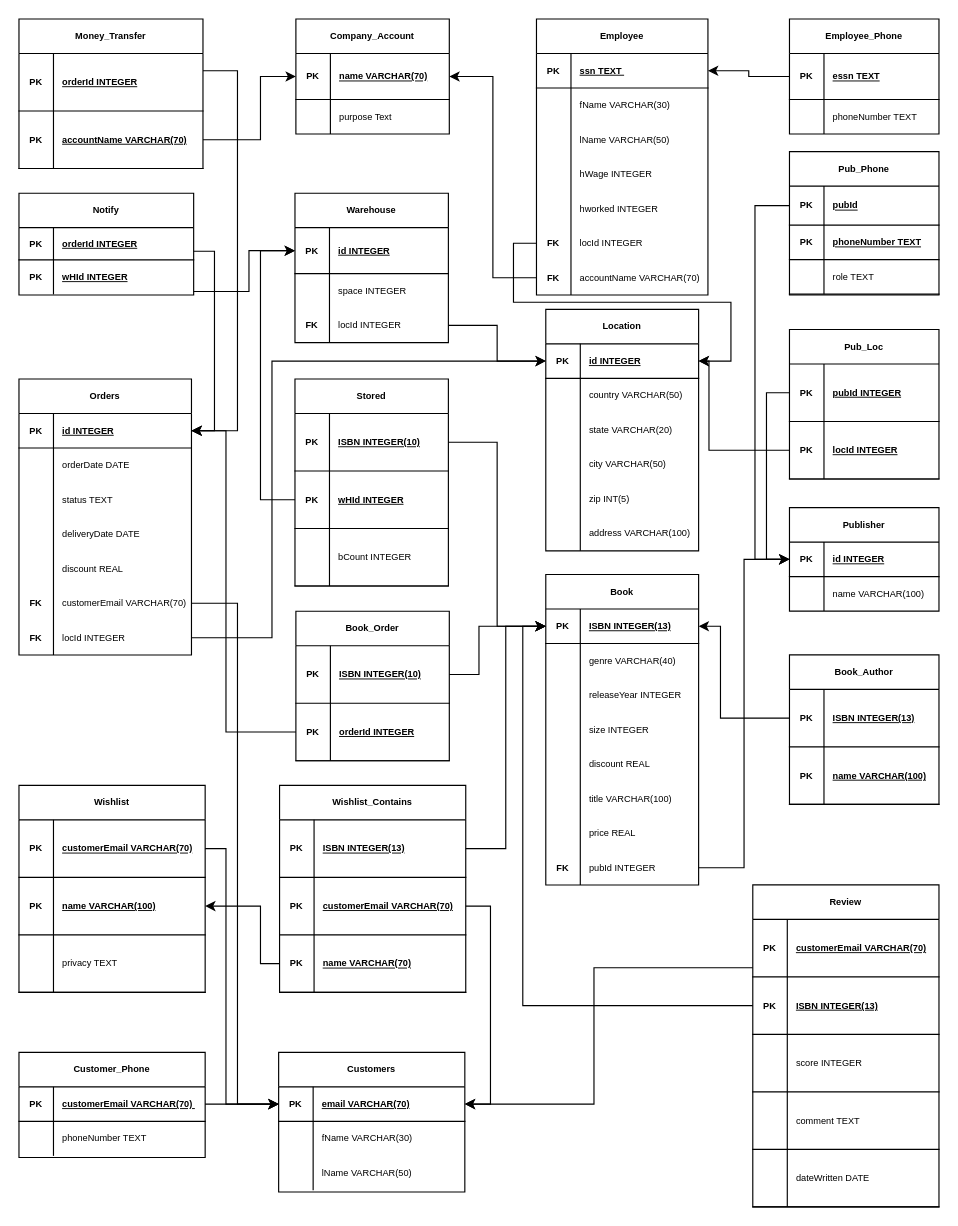
Will-Blanton/CSE_3241_Project keeps this draw.io diagram as RelatioalSchema.drawio. Above is the earlier version. Source tidied: cells renumbered, new cells numbered last; positions are measured from the earlier drawing's top-left corner, leaving out a move shared by most shapes. Both pictures are drawn from the tidied source at 115%, with x=0, y=0 at pixel (18, 7).
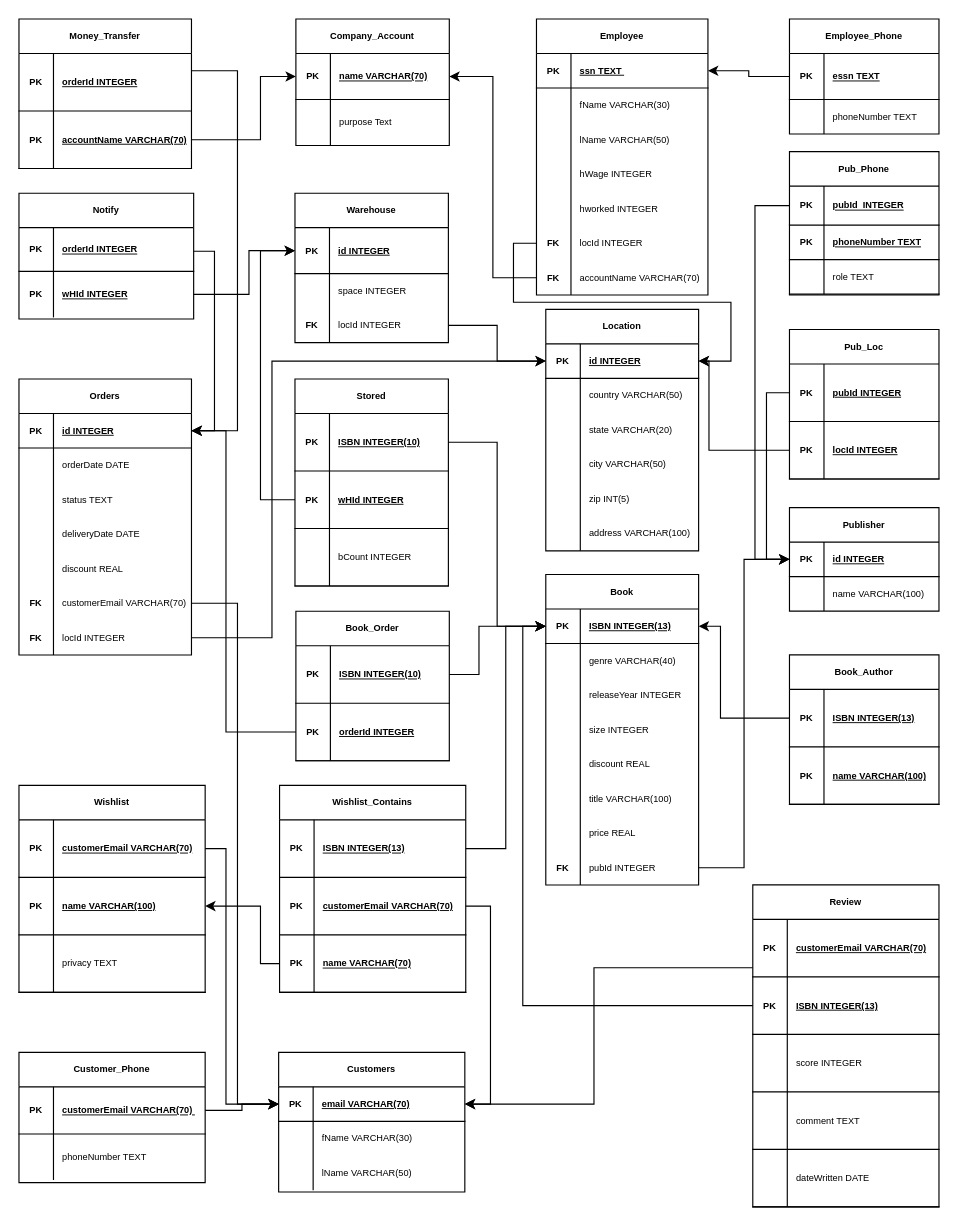
After the change.

Commit message:
Fixed Pub_Phone

The change refers to these unchanged cells:
```xml
<mxCell id="2" style="group;fontSize=8;" parent="1" vertex="1">
  <mxGeometry width="811.9" height="1060" as="geometry" />
</mxCell>
<mxCell id="108" style="shape=partialRectangle;fillColor=none;points=[[0,0.5],[1,0.5]];portConstraint=eastwest;top=0;left=0;right=0;bottom=1;fontSize=8;" parent="107" vertex="1">
  <mxGeometry y="30" width="133.4" height="40" as="geometry" />
</mxCell>
<mxCell id="237" style="shape=partialRectangle;fillColor=none;points=[[0,0.5],[1,0.5]];portConstraint=eastwest;top=0;left=0;right=0;bottom=1;fontSize=8;" parent="236" vertex="1">
  <mxGeometry y="30" width="130" height="34" as="geometry" />
</mxCell>
```

Diff of the diagram source:
```diff
@@
     <mxCell id="54" value="Company_Account" style="shape=table;startSize=30;childLayout=tableLayout;rowLines=0;fontStyle=1;align=center;fontSize=8;" parent="2" vertex="1">
-      <mxGeometry x="240.8" y="10" width="133.4" height="100" as="geometry" />
+      <mxGeometry x="240.8" y="10" width="133.4" height="110" as="geometry" />
     </mxCell>
@@
     <mxCell id="58" style="shape=partialRectangle;fillColor=none;top=0;left=0;right=0;bottom=0;fontSize=8;" parent="54" vertex="1">
-      <mxGeometry y="70" width="133.4" height="30" as="geometry" />
+      <mxGeometry y="70" width="133.4" height="40" as="geometry" />
     </mxCell>
     <mxCell id="59" style="shape=partialRectangle;overflow=hidden;fillColor=none;top=0;left=0;bottom=0;right=0;fontSize=8;" parent="58" vertex="1">
-      <mxGeometry width="30" height="30" as="geometry" />
+      <mxGeometry width="30" height="40" as="geometry" />
     </mxCell>
     <mxCell id="60" value="purpose Text " style="shape=partialRectangle;overflow=hidden;fillColor=none;top=0;left=0;bottom=0;right=0;align=left;spacingLeft=6;fontSize=8;" parent="58" vertex="1">
-      <mxGeometry x="30" width="103.4" height="30" as="geometry" />
+      <mxGeometry x="30" width="103.4" height="40" as="geometry" />
     </mxCell>
     <mxCell id="61" value="Customer_Phone" style="shape=table;startSize=30;childLayout=tableLayout;rowLines=0;fontStyle=1;align=center;fontSize=8;" parent="2" vertex="1">
-      <mxGeometry y="908.6" width="161.9" height="91.4" as="geometry" />
+      <mxGeometry y="908.6" width="161.9" height="113.3" as="geometry" />
     </mxCell>
     <mxCell id="62" style="shape=partialRectangle;fillColor=none;points=[[0,0.5],[1,0.5]];portConstraint=eastwest;top=0;left=0;right=0;bottom=1;fontSize=8;" parent="61" vertex="1">
-      <mxGeometry y="30" width="161.9" height="30" as="geometry" />
+      <mxGeometry y="30" width="161.9" height="41" as="geometry" />
     </mxCell>
     <mxCell id="63" value="PK" style="shape=partialRectangle;overflow=hidden;fillColor=none;top=0;left=0;bottom=0;right=0;fontStyle=1;fontSize=8;" parent="62" vertex="1">
-      <mxGeometry width="30" height="30" as="geometry" />
+      <mxGeometry width="30" height="41" as="geometry" />
     </mxCell>
     <mxCell id="64" value="customerEmail VARCHAR(70) " style="shape=partialRectangle;overflow=hidden;fillColor=none;top=0;left=0;bottom=0;right=0;align=left;spacingLeft=6;fontStyle=5;fontSize=8;" parent="62" vertex="1">
-      <mxGeometry x="30" width="131.9" height="30" as="geometry" />
+      <mxGeometry x="30" width="131.9" height="41" as="geometry" />
     </mxCell>
     <mxCell id="65" style="shape=partialRectangle;fillColor=none;top=0;left=0;right=0;bottom=0;fontSize=8;" parent="61" vertex="1">
-      <mxGeometry y="60" width="161.9" height="30" as="geometry" />
+      <mxGeometry y="71" width="161.9" height="40" as="geometry" />
     </mxCell>
     <mxCell id="66" style="shape=partialRectangle;overflow=hidden;fillColor=none;top=0;left=0;bottom=0;right=0;fontSize=8;" parent="65" vertex="1">
-      <mxGeometry width="30" height="30" as="geometry" />
+      <mxGeometry width="30" height="40" as="geometry" />
     </mxCell>
     <mxCell id="67" value="phoneNumber TEXT" style="shape=partialRectangle;overflow=hidden;fillColor=none;top=0;left=0;bottom=0;right=0;align=left;spacingLeft=6;fontSize=8;" parent="65" vertex="1">
-      <mxGeometry x="30" width="131.9" height="30" as="geometry" />
+      <mxGeometry x="30" width="131.9" height="40" as="geometry" />
     </mxCell>
@@
     <mxCell id="182" value="Notify" style="shape=table;startSize=30;childLayout=tableLayout;rowLines=0;fontStyle=1;align=center;fontSize=8;" parent="2" vertex="1">
-      <mxGeometry y="161.5" width="151.9" height="88.5" as="geometry" />
+      <mxGeometry y="161.5" width="151.9" height="109.4" as="geometry" />
     </mxCell>
     <mxCell id="183" style="shape=partialRectangle;fillColor=none;points=[[0,0.5],[1,0.5]];portConstraint=eastwest;top=0;left=0;right=0;bottom=1;fontSize=8;" parent="182" vertex="1">
-      <mxGeometry y="30" width="151.9" height="28" as="geometry" />
+      <mxGeometry y="30" width="151.9" height="38" as="geometry" />
     </mxCell>
     <mxCell id="184" value="PK" style="shape=partialRectangle;overflow=hidden;fillColor=none;top=0;left=0;bottom=0;right=0;fontStyle=1;fontSize=8;" parent="183" vertex="1">
-      <mxGeometry width="30" height="28" as="geometry" />
+      <mxGeometry width="30" height="38" as="geometry" />
     </mxCell>
     <mxCell id="185" value="orderId INTEGER" style="shape=partialRectangle;overflow=hidden;fillColor=none;top=0;left=0;bottom=0;right=0;align=left;spacingLeft=6;fontStyle=5;fontSize=8;" parent="183" vertex="1">
-      <mxGeometry x="30" width="121.9" height="28" as="geometry" />
+      <mxGeometry x="30" width="121.9" height="38" as="geometry" />
     </mxCell>
     <mxCell id="186" style="shape=partialRectangle;fillColor=none;points=[[0,0.5],[1,0.5]];portConstraint=eastwest;top=0;left=0;right=0;bottom=0;fontSize=8;" parent="182" vertex="1">
-      <mxGeometry y="58" width="151.9" height="30" as="geometry" />
+      <mxGeometry y="68" width="151.9" height="40" as="geometry" />
     </mxCell>
     <mxCell id="187" value="PK" style="shape=partialRectangle;overflow=hidden;fillColor=none;top=0;left=0;bottom=0;right=0;fontStyle=1;fontSize=8;" parent="186" vertex="1">
-      <mxGeometry width="30" height="30" as="geometry" />
+      <mxGeometry width="30" height="40" as="geometry" />
     </mxCell>
     <mxCell id="188" value="wHId INTEGER" style="shape=partialRectangle;overflow=hidden;fillColor=none;top=0;left=0;bottom=0;right=0;align=left;spacingLeft=6;fontStyle=5;fontSize=8;" parent="186" vertex="1">
-      <mxGeometry x="30" width="121.9" height="30" as="geometry" />
+      <mxGeometry x="30" width="121.9" height="40" as="geometry" />
     </mxCell>
@@
     <mxCell id="218" style="edgeStyle=orthogonalEdgeStyle;rounded=0;jettySize=auto;html=1;entryX=0;entryY=0.5;entryDx=0;entryDy=0;fontSize=8;" parent="2" edge="1" source="186" target="108">
       <mxGeometry relative="1" as="geometry">
         <Array as="points">
-          <mxPoint x="200" y="247" />
+          <mxPoint x="200" y="250" />
           <mxPoint x="200" y="212" />
         </Array>
       </mxGeometry>
     </mxCell>
@@
-    <mxCell id="239" value="pubId" style="shape=partialRectangle;overflow=hidden;fillColor=none;top=0;left=0;bottom=0;right=0;align=left;spacingLeft=6;fontStyle=5;fontSize=8;" parent="237" vertex="1">
+    <mxCell id="239" value="pubId  INTEGER" style="shape=partialRectangle;overflow=hidden;fillColor=none;top=0;left=0;bottom=0;right=0;align=left;spacingLeft=6;fontStyle=5;fontSize=8;" parent="237" vertex="1">
       <mxGeometry x="30" width="100" height="34" as="geometry" />
     </mxCell>
@@
     <mxCell id="247" value="Money_Transfer" style="shape=table;startSize=30;childLayout=tableLayout;rowLines=0;fontStyle=1;align=center;fontSize=8;" parent="1" vertex="1">
-      <mxGeometry y="10" width="160" height="130" as="geometry" />
+      <mxGeometry y="10" width="150" height="130" as="geometry" />
     </mxCell>
     <mxCell id="248" style="shape=partialRectangle;fillColor=none;points=[[0,0.5],[1,0.5]];portConstraint=eastwest;top=0;left=0;right=0;bottom=1;fontSize=8;" parent="247" vertex="1">
-      <mxGeometry y="30" width="160" height="50" as="geometry" />
+      <mxGeometry y="30" width="150" height="50" as="geometry" />
     </mxCell>
@@
     <mxCell id="250" value="orderId INTEGER" style="shape=partialRectangle;overflow=hidden;fillColor=none;top=0;left=0;bottom=0;right=0;align=left;spacingLeft=6;fontStyle=5;fontSize=8;" parent="248" vertex="1">
-      <mxGeometry x="30" width="130" height="50" as="geometry" />
+      <mxGeometry x="30" width="120" height="50" as="geometry" />
     </mxCell>
     <mxCell id="251" style="shape=partialRectangle;fillColor=none;points=[[0,0.5],[1,0.5]];portConstraint=eastwest;top=0;left=0;right=0;bottom=1;fontSize=8;" parent="247" vertex="1">
-      <mxGeometry y="80" width="160" height="50" as="geometry" />
+      <mxGeometry y="80" width="150" height="50" as="geometry" />
     </mxCell>
@@
     <mxCell id="253" value="accountName VARCHAR(70)" style="shape=partialRectangle;overflow=hidden;fillColor=none;top=0;left=0;bottom=0;right=0;align=left;spacingLeft=6;fontStyle=5;fontSize=8;" parent="251" vertex="1">
-      <mxGeometry x="30" width="130" height="50" as="geometry" />
+      <mxGeometry x="30" width="120" height="50" as="geometry" />
     </mxCell>
```
